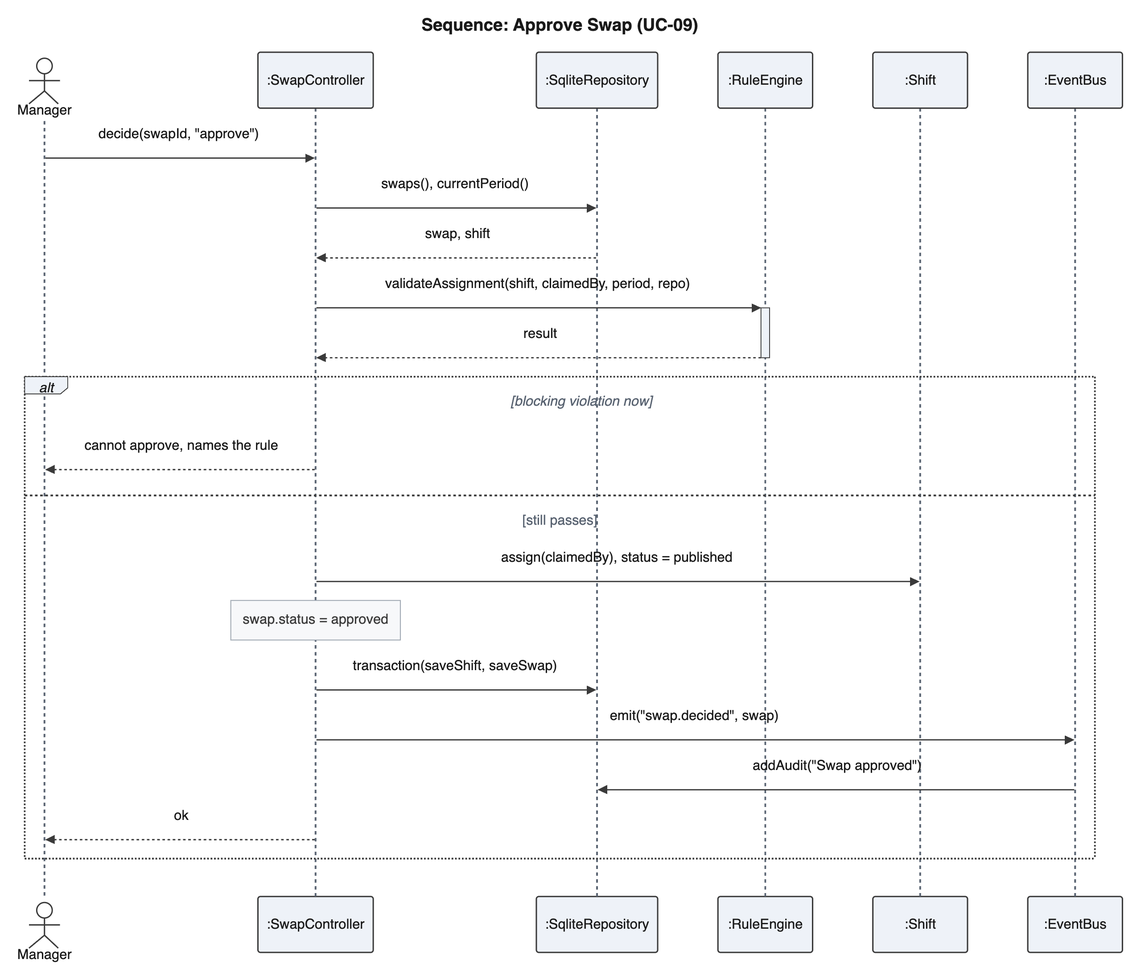
This is diagrams/images/interactions/sd_approve_swap.png from perfettiful/ShiftChex, a Mermaid export, as it was before one commit. Its source is kept beside it as diagrams/mmd/interactions/sd_approve_swap.mmd. Source of this version:
```mermaid
---
title: "Sequence: Approve Swap (UC-09)"
---
sequenceDiagram
    actor Manager
    participant SW as :SwapController
    participant Repo as :SqliteRepository
    participant RE as :RuleEngine
    participant Sh as :Shift
    participant Bus as :EventBus
    Manager->>SW: decide(swapId, "approve")
    SW->>Repo: swaps(), currentPeriod()
    Repo-->>SW: swap, shift
    SW->>+RE: validateAssignment(shift, claimedBy, period, repo)
    RE-->>-SW: result
    alt blocking violation now
        SW-->>Manager: cannot approve, names the rule
    else still passes
        SW->>Sh: assign(claimedBy), status = published
        Note over SW: swap.status = approved
        SW->>Repo: transaction(saveShift, saveSwap)
        SW->>Bus: emit("swap.decided", swap)
        Bus->>Repo: addAudit("Swap approved")
        SW-->>Manager: ok
    end
```
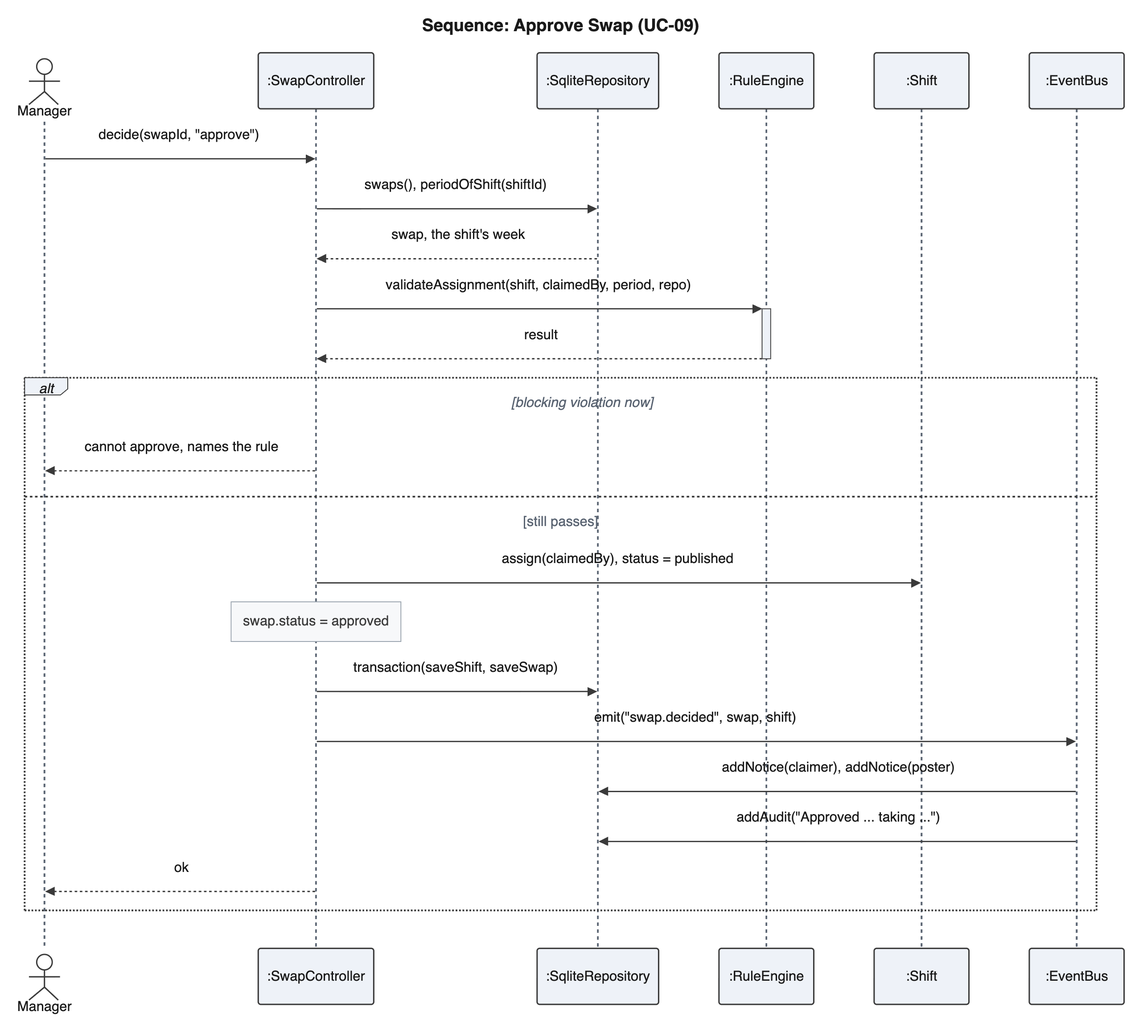
After the commit.

What changed in the source:
```diff
@@ -9,8 +9,8 @@
     participant Sh as :Shift
     participant Bus as :EventBus
     Manager->>SW: decide(swapId, "approve")
-    SW->>Repo: swaps(), currentPeriod()
-    Repo-->>SW: swap, shift
+    SW->>Repo: swaps(), periodOfShift(shiftId)
+    Repo-->>SW: swap, the shift's week
     SW->>+RE: validateAssignment(shift, claimedBy, period, repo)
     RE-->>-SW: result
     alt blocking violation now
@@ -19,7 +19,8 @@
         SW->>Sh: assign(claimedBy), status = published
         Note over SW: swap.status = approved
         SW->>Repo: transaction(saveShift, saveSwap)
-        SW->>Bus: emit("swap.decided", swap)
-        Bus->>Repo: addAudit("Swap approved")
+        SW->>Bus: emit("swap.decided", swap, shift)
+        Bus->>Repo: addNotice(claimer), addNotice(poster)
+        Bus->>Repo: addAudit("Approved ... taking ...")
         SW-->>Manager: ok
     end
```
